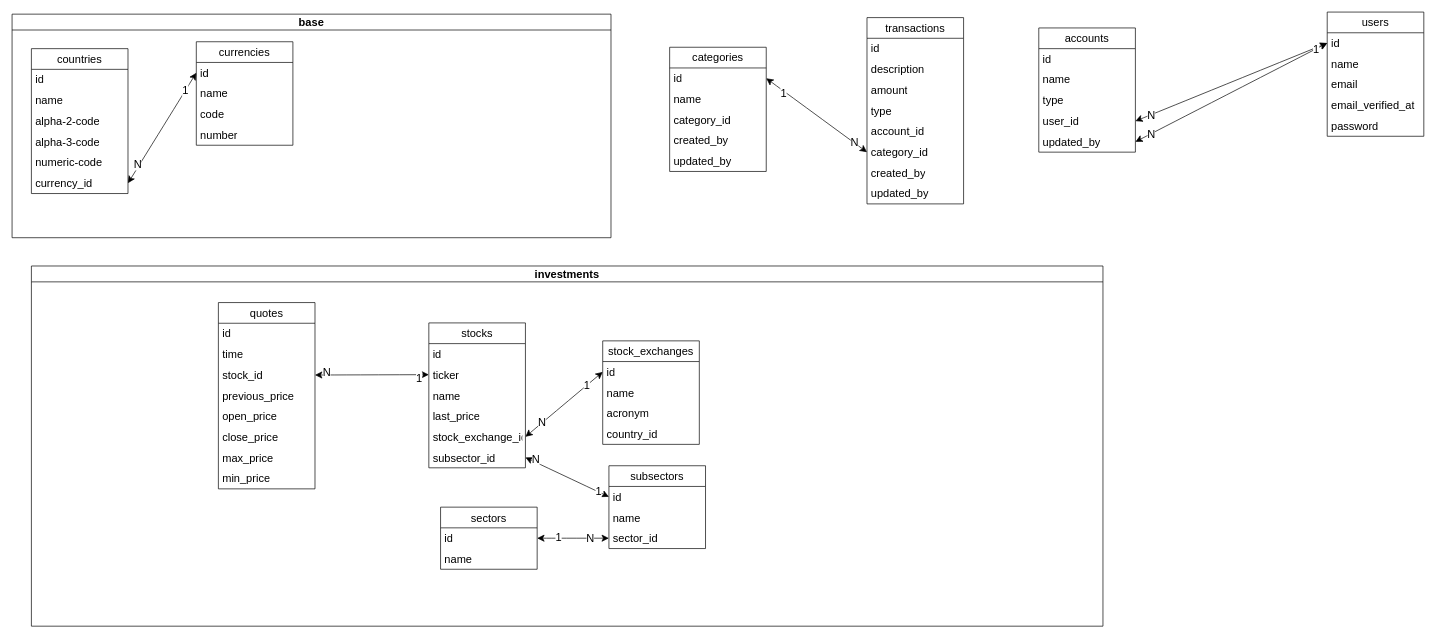
Before: page "Página-2" (2 of 2) of Diagrama sem nome.drawio in vballestrini/diagrams, a draw.io diagram. Source tidied: cells renumbered, new cells numbered last; positions are measured from the earlier drawing's top-left corner, leaving out a move shared by most shapes. Both pictures are drawn from the tidied source at 69%, with x=0, y=0 at pixel (12, 12).
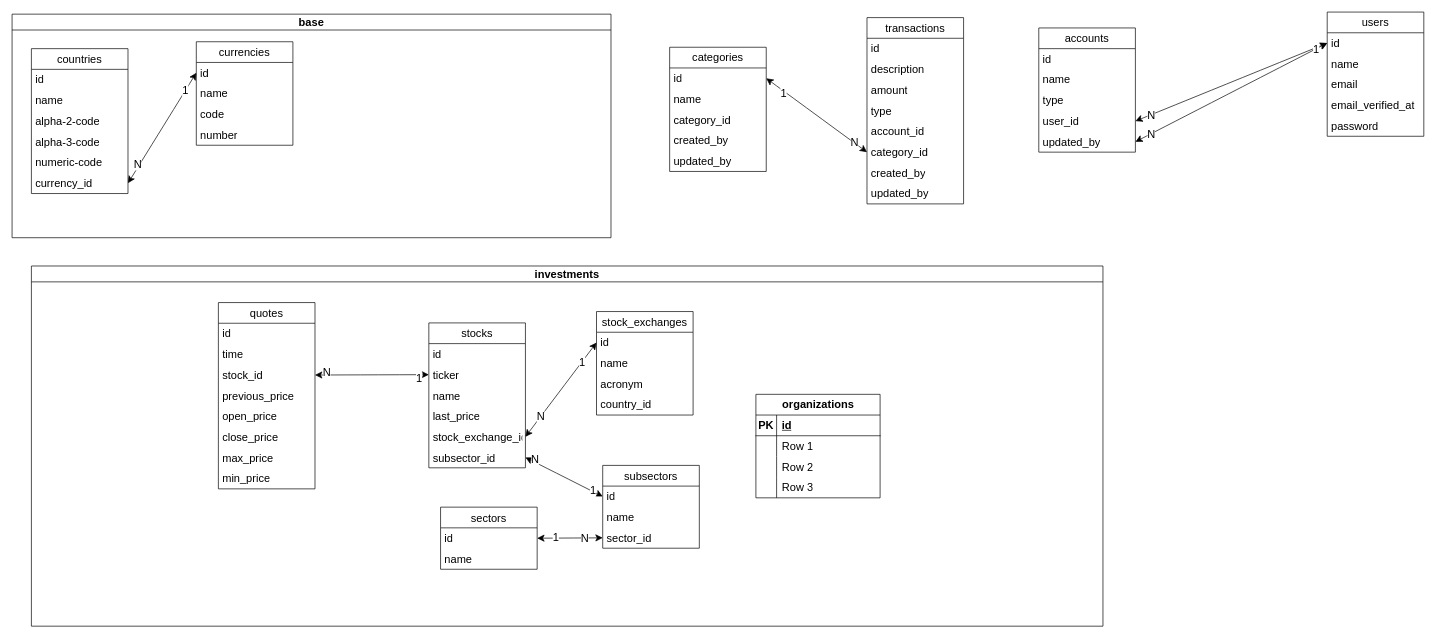
The same page after the edit.

The change refers to these unchanged cells:
```xml
<mxCell id="39" value="investments" style="swimlane;whiteSpace=wrap;html=1;fontSize=16;" parent="1" vertex="1">
  <mxGeometry x="28" y="368" width="1553" height="522" as="geometry" />
</mxCell>
```

Change to the diagram source:
```diff
@@
     <mxCell id="47" value="stock_exchanges" style="swimlane;fontStyle=0;horizontal=1;startSize=30;whiteSpace=wrap;html=1;fontSize=16;" parent="39" vertex="1">
-      <mxGeometry x="828" y="108.5" width="140" height="150" as="geometry" />
+      <mxGeometry x="819" y="66" width="140" height="150" as="geometry" />
     </mxCell>
@@
     <mxCell id="55" value="subsectors" style="swimlane;fontStyle=0;horizontal=1;startSize=30;whiteSpace=wrap;html=1;fontSize=16;" parent="39" vertex="1">
-      <mxGeometry x="837" y="289.5" width="140" height="120" as="geometry" />
+      <mxGeometry x="828" y="289" width="140" height="120" as="geometry" />
     </mxCell>
@@
+    <mxCell id="96" value="organizations" style="shape=table;startSize=30;childLayout=tableLayout;rowLines=0;fontStyle=1;align=center;html=1;fontSize=16;" parent="39" vertex="1">
+      <mxGeometry x="1050" y="186" width="180" height="150" as="geometry" />
+    </mxCell>
+    <mxCell id="97" style="shape=tableRow;horizontal=0;startSize=0;swimlaneHead=0;swimlaneBody=0;fillColor=none;top=0;left=0;right=0;bottom=1;fontSize=16;" parent="96" vertex="1">
+      <mxGeometry y="30" width="180" height="30" as="geometry" />
+    </mxCell>
+    <mxCell id="98" value="PK" style="shape=partialRectangle;fillColor=none;top=0;left=0;bottom=0;right=0;fontStyle=1;overflow=hidden;whiteSpace=wrap;html=1;fontSize=16;" parent="97" vertex="1">
+      <mxGeometry width="30" height="30" as="geometry" />
+    </mxCell>
+    <mxCell id="99" value="id" style="shape=partialRectangle;fillColor=none;top=0;left=0;bottom=0;right=0;align=left;spacingLeft=6;fontStyle=5;overflow=hidden;whiteSpace=wrap;html=1;fontSize=16;" parent="97" vertex="1">
+      <mxGeometry x="30" width="150" height="30" as="geometry" />
+    </mxCell>
+    <mxCell id="100" style="shape=tableRow;horizontal=0;startSize=0;swimlaneHead=0;swimlaneBody=0;fillColor=none;top=0;left=0;right=0;bottom=0;fontSize=16;" parent="96" vertex="1">
+      <mxGeometry y="60" width="180" height="30" as="geometry" />
+    </mxCell>
+    <mxCell id="101" style="shape=partialRectangle;fillColor=none;top=0;left=0;bottom=0;right=0;overflow=hidden;whiteSpace=wrap;html=1;fontSize=16;" parent="100" vertex="1">
+      <mxGeometry width="30" height="30" as="geometry" />
+    </mxCell>
+    <mxCell id="102" value="Row 1" style="shape=partialRectangle;fillColor=none;top=0;left=0;bottom=0;right=0;align=left;spacingLeft=6;overflow=hidden;whiteSpace=wrap;html=1;fontSize=16;" parent="100" vertex="1">
+      <mxGeometry x="30" width="150" height="30" as="geometry" />
+    </mxCell>
+    <mxCell id="103" style="shape=tableRow;horizontal=0;startSize=0;swimlaneHead=0;swimlaneBody=0;fillColor=none;top=0;left=0;right=0;bottom=0;fontSize=16;" parent="96" vertex="1">
+      <mxGeometry y="90" width="180" height="30" as="geometry" />
+    </mxCell>
+    <mxCell id="104" style="shape=partialRectangle;fillColor=none;top=0;left=0;bottom=0;right=0;overflow=hidden;whiteSpace=wrap;html=1;fontSize=16;" parent="103" vertex="1">
+      <mxGeometry width="30" height="30" as="geometry" />
+    </mxCell>
+    <mxCell id="105" value="Row 2" style="shape=partialRectangle;fillColor=none;top=0;left=0;bottom=0;right=0;align=left;spacingLeft=6;overflow=hidden;whiteSpace=wrap;html=1;fontSize=16;" parent="103" vertex="1">
+      <mxGeometry x="30" width="150" height="30" as="geometry" />
+    </mxCell>
+    <mxCell id="106" style="shape=tableRow;horizontal=0;startSize=0;swimlaneHead=0;swimlaneBody=0;fillColor=none;top=0;left=0;right=0;bottom=0;fontSize=16;" parent="96" vertex="1">
+      <mxGeometry y="120" width="180" height="30" as="geometry" />
+    </mxCell>
+    <mxCell id="107" style="shape=partialRectangle;fillColor=none;top=0;left=0;bottom=0;right=0;overflow=hidden;whiteSpace=wrap;html=1;fontSize=16;" parent="106" vertex="1">
+      <mxGeometry width="30" height="30" as="geometry" />
+    </mxCell>
+    <mxCell id="108" value="Row 3" style="shape=partialRectangle;fillColor=none;top=0;left=0;bottom=0;right=0;align=left;spacingLeft=6;overflow=hidden;whiteSpace=wrap;html=1;fontSize=16;" parent="106" vertex="1">
+      <mxGeometry x="30" width="150" height="30" as="geometry" />
+    </mxCell>
```
